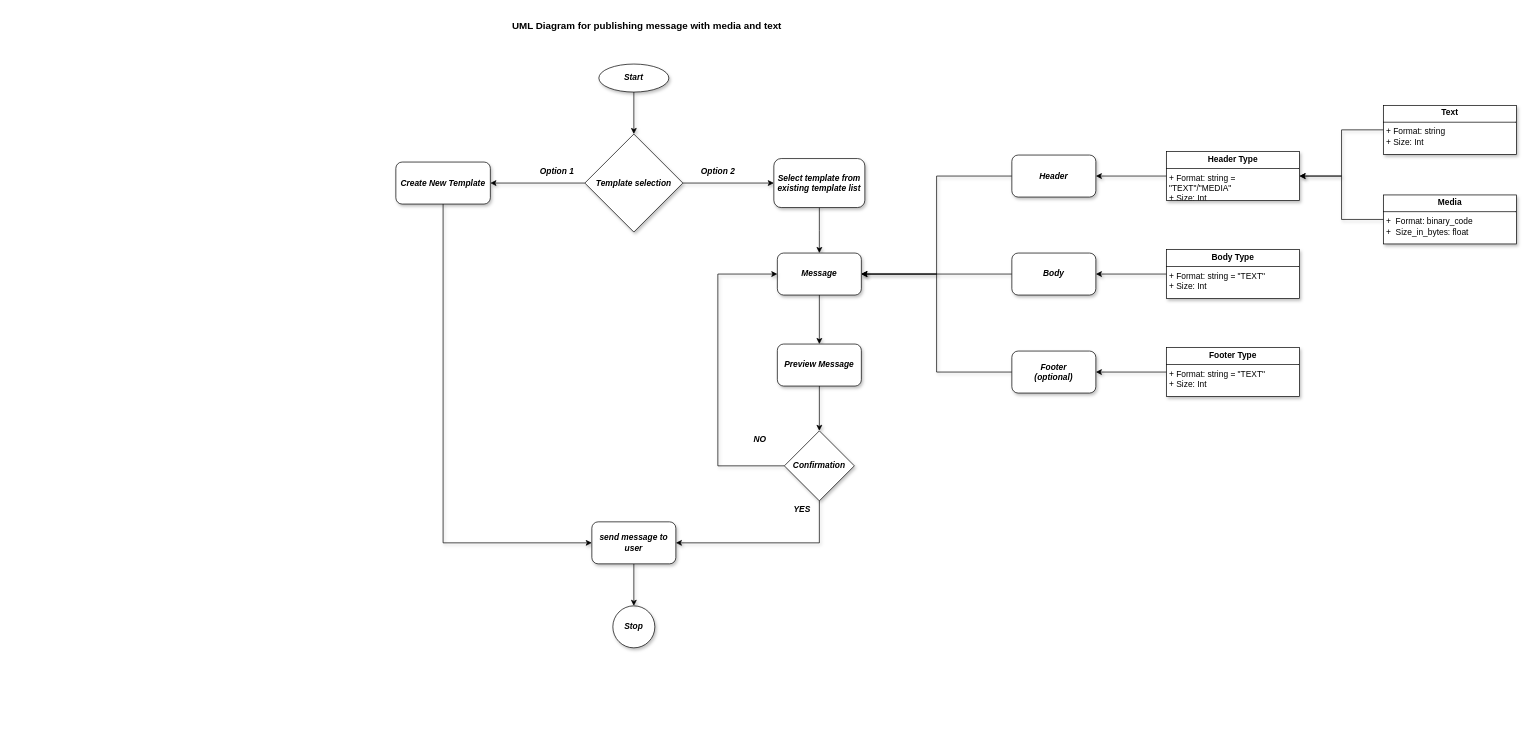
The draw.io diagram page "text_with_media" (2 of 4) of uml_diagrams/all_templates.drawio in AbhishekSiddagalla/Whatsapp-cloudAPI, before the edit. Source tidied: cells renumbered, new cells numbered last; positions are measured from the earlier drawing's top-left corner, leaving out a move shared by most shapes. Both pictures are drawn from the tidied source at 70%, with x=0, y=0 at pixel (396, 15).
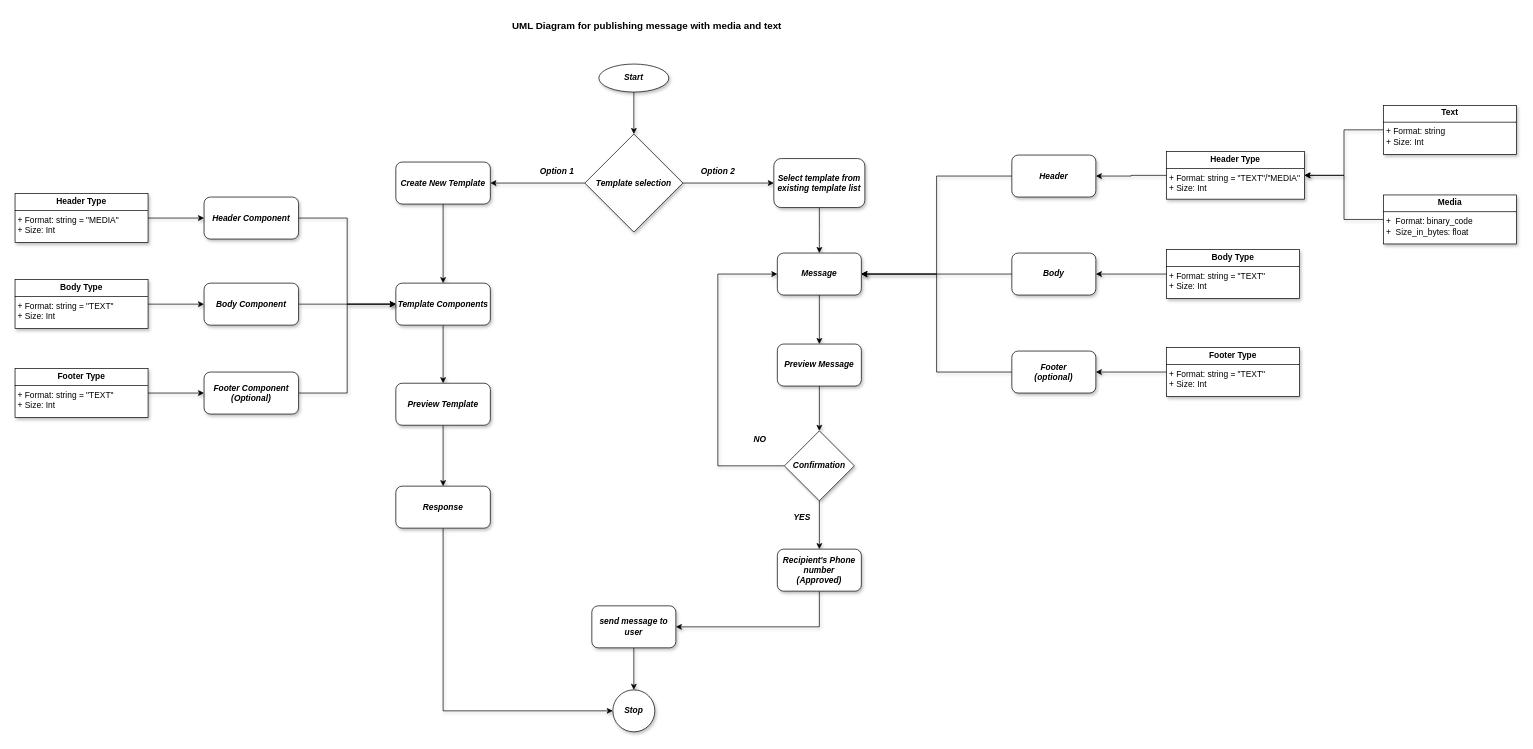
The same diagram, later.

Commit message (it also covers changes not shown here):
# uml diagrams for template creation

The change refers to these unchanged cells:
```xml
<mxCell id="12" value="&lt;b&gt;&lt;i&gt;Create New Template&lt;/i&gt;&lt;/b&gt;" style="rounded=1;whiteSpace=wrap;html=1;shadow=1;" parent="1" vertex="1">
  <mxGeometry y="210" width="135" height="60" as="geometry" />
</mxCell>
<mxCell id="40" value="&lt;b&gt;&lt;i&gt;Confirmation&lt;/i&gt;&lt;/b&gt;" style="rhombus;whiteSpace=wrap;html=1;shadow=1;" parent="1" vertex="1">
  <mxGeometry x="555" y="594" width="100" height="100" as="geometry" />
</mxCell>
```

The edit, as a diff of the source:
```diff
@@
-    <mxCell id="11" style="edgeStyle=orthogonalEdgeStyle;rounded=0;jettySize=auto;html=1;exitX=0.5;exitY=1;exitDx=0;exitDy=0;entryX=0;entryY=0.5;entryDx=0;entryDy=0;shadow=1;" parent="1" edge="1" source="12" target="33">
-      <mxGeometry relative="1" as="geometry" />
-    </mxCell>
+    <mxCell id="43" style="edgeStyle=orthogonalEdgeStyle;rounded=0;jettySize=auto;html=1;exitX=0.5;exitY=1;exitDx=0;exitDy=0;entryX=0.5;entryY=0;entryDx=0;entryDy=0;shadow=1;" parent="1" edge="1" source="12" target="48">
+      <mxGeometry relative="1" as="geometry" />
+    </mxCell>
@@
     <mxCell id="18" value="&lt;p style=&quot;margin:0px;margin-top:4px;text-align:center;&quot;&gt;&lt;b&gt;Header Type&lt;/b&gt;&lt;/p&gt;&lt;hr size=&quot;1&quot; style=&quot;border-style:solid;&quot;&gt;&lt;p style=&quot;margin:0px;margin-left:4px;&quot;&gt;+ Format: string = &quot;TEXT&quot;/&quot;MEDIA&quot;&lt;br&gt;+ Size: Int&lt;/p&gt;&lt;p style=&quot;margin:0px;margin-left:4px;&quot;&gt;&lt;br&gt;&lt;/p&gt;" style="verticalAlign=top;align=left;overflow=fill;html=1;whiteSpace=wrap;shadow=1;" parent="1" vertex="1">
-      <mxGeometry x="1101" y="195" width="190" height="70" as="geometry" />
+      <mxGeometry x="1101" y="195" width="197" height="68" as="geometry" />
     </mxCell>
@@
     <mxCell id="29" value="&lt;b&gt;&lt;i&gt;Stop&lt;/i&gt;&lt;/b&gt;" style="ellipse;whiteSpace=wrap;html=1;shadow=1;" parent="1" vertex="1">
-      <mxGeometry x="310" y="844" width="60" height="60" as="geometry" />
+      <mxGeometry x="310" y="964" width="60" height="60" as="geometry" />
     </mxCell>
@@
     <mxCell id="33" value="&lt;b&gt;&lt;i&gt;send message to user&lt;/i&gt;&lt;/b&gt;" style="rounded=1;whiteSpace=wrap;html=1;shadow=1;" parent="1" vertex="1">
-      <mxGeometry x="280" y="724" width="120" height="60" as="geometry" />
+      <mxGeometry x="280" y="844" width="120" height="60" as="geometry" />
     </mxCell>
@@
-    <mxCell id="39" style="edgeStyle=orthogonalEdgeStyle;rounded=0;jettySize=auto;html=1;exitX=0.5;exitY=1;exitDx=0;exitDy=0;entryX=1;entryY=0.5;entryDx=0;entryDy=0;shadow=1;" parent="1" edge="1" source="40" target="33">
-      <mxGeometry relative="1" as="geometry" />
-    </mxCell>
+    <mxCell id="44" style="edgeStyle=orthogonalEdgeStyle;rounded=0;jettySize=auto;html=1;exitX=0.5;exitY=1;exitDx=0;exitDy=0;shadow=1;" parent="1" edge="1" source="40" target="46">
+      <mxGeometry relative="1" as="geometry" />
+    </mxCell>
@@
     <mxCell id="42" value="&lt;b&gt;&lt;i&gt;YES&lt;/i&gt;&lt;/b&gt;" style="text;html=1;align=center;verticalAlign=middle;strokeColor=none;fillColor=none;shadow=1;" parent="1" vertex="1">
-      <mxGeometry x="555" y="692" width="50" height="30" as="geometry" />
+      <mxGeometry x="555" y="703" width="50" height="30" as="geometry" />
     </mxCell>
+    <mxCell id="45" style="edgeStyle=orthogonalEdgeStyle;rounded=0;jettySize=auto;html=1;exitX=0.5;exitY=1;exitDx=0;exitDy=0;entryX=1;entryY=0.5;entryDx=0;entryDy=0;shadow=1;" parent="1" edge="1" source="46" target="33">
+      <mxGeometry relative="1" as="geometry" />
+    </mxCell>
+    <mxCell id="46" value="&lt;b&gt;&lt;i&gt;Recipient's Phone number&lt;br&gt;(Approved)&lt;/i&gt;&lt;/b&gt;" style="rounded=1;whiteSpace=wrap;html=1;shadow=1;" parent="1" vertex="1">
+      <mxGeometry x="545" y="763" width="120" height="60" as="geometry" />
+    </mxCell>
+    <mxCell id="47" style="edgeStyle=orthogonalEdgeStyle;rounded=0;jettySize=auto;html=1;exitX=0.5;exitY=1;exitDx=0;exitDy=0;shadow=1;" parent="1" edge="1" source="48" target="50">
+      <mxGeometry relative="1" as="geometry" />
+    </mxCell>
+    <mxCell id="48" value="&lt;b&gt;&lt;i&gt;Template Components&lt;/i&gt;&lt;/b&gt;" style="rounded=1;whiteSpace=wrap;html=1;shadow=1;" parent="1" vertex="1">
+      <mxGeometry y="383" width="135" height="60" as="geometry" />
+    </mxCell>
+    <mxCell id="49" style="edgeStyle=orthogonalEdgeStyle;rounded=0;jettySize=auto;html=1;exitX=0.5;exitY=1;exitDx=0;exitDy=0;shadow=1;" parent="1" edge="1" source="50" target="52">
+      <mxGeometry relative="1" as="geometry" />
+    </mxCell>
+    <mxCell id="50" value="&lt;b&gt;&lt;i&gt;Preview Template&lt;/i&gt;&lt;/b&gt;" style="rounded=1;whiteSpace=wrap;html=1;shadow=1;" parent="1" vertex="1">
+      <mxGeometry y="526" width="135" height="60" as="geometry" />
+    </mxCell>
+    <mxCell id="51" style="edgeStyle=orthogonalEdgeStyle;rounded=0;jettySize=auto;html=1;exitX=0.5;exitY=1;exitDx=0;exitDy=0;entryX=0;entryY=0.5;entryDx=0;entryDy=0;shadow=1;" parent="1" edge="1" source="52" target="29">
+      <mxGeometry relative="1" as="geometry" />
+    </mxCell>
+    <mxCell id="52" value="&lt;b&gt;&lt;i&gt;Response&lt;/i&gt;&lt;/b&gt;" style="rounded=1;whiteSpace=wrap;html=1;shadow=1;" parent="1" vertex="1">
+      <mxGeometry y="673" width="135" height="60" as="geometry" />
+    </mxCell>
+    <mxCell id="53" style="edgeStyle=orthogonalEdgeStyle;rounded=0;jettySize=auto;html=1;exitX=1;exitY=0.5;exitDx=0;exitDy=0;entryX=0;entryY=0.5;entryDx=0;entryDy=0;shadow=1;" parent="1" edge="1" source="54" target="48">
+      <mxGeometry relative="1" as="geometry" />
+    </mxCell>
+    <mxCell id="54" value="&lt;b&gt;&lt;i&gt;Header Component&lt;/i&gt;&lt;/b&gt;" style="rounded=1;whiteSpace=wrap;html=1;shadow=1;" parent="1" vertex="1">
+      <mxGeometry x="-274" y="260" width="135" height="60" as="geometry" />
+    </mxCell>
+    <mxCell id="55" style="edgeStyle=orthogonalEdgeStyle;rounded=0;jettySize=auto;html=1;exitX=1;exitY=0.5;exitDx=0;exitDy=0;entryX=0;entryY=0.5;entryDx=0;entryDy=0;shadow=1;" parent="1" edge="1" source="56" target="48">
+      <mxGeometry relative="1" as="geometry" />
+    </mxCell>
+    <mxCell id="56" value="&lt;b&gt;&lt;i&gt;Body Component&lt;/i&gt;&lt;/b&gt;" style="rounded=1;whiteSpace=wrap;html=1;shadow=1;" parent="1" vertex="1">
+      <mxGeometry x="-274" y="383" width="135" height="60" as="geometry" />
+    </mxCell>
+    <mxCell id="57" style="edgeStyle=orthogonalEdgeStyle;rounded=0;jettySize=auto;html=1;exitX=1;exitY=0.5;exitDx=0;exitDy=0;entryX=0;entryY=0.5;entryDx=0;entryDy=0;shadow=1;" parent="1" edge="1" source="58" target="48">
+      <mxGeometry relative="1" as="geometry" />
+    </mxCell>
+    <mxCell id="58" value="&lt;b&gt;&lt;i&gt;Footer Component&lt;br&gt;(Optional)&lt;/i&gt;&lt;/b&gt;" style="rounded=1;whiteSpace=wrap;html=1;shadow=1;" parent="1" vertex="1">
+      <mxGeometry x="-274" y="510" width="135" height="60" as="geometry" />
+    </mxCell>
+    <mxCell id="59" style="edgeStyle=orthogonalEdgeStyle;rounded=0;jettySize=auto;html=1;exitX=1;exitY=0.5;exitDx=0;exitDy=0;entryX=0;entryY=0.5;entryDx=0;entryDy=0;shadow=1;" parent="1" edge="1" source="60" target="54">
+      <mxGeometry relative="1" as="geometry" />
+    </mxCell>
+    <mxCell id="60" value="&lt;p style=&quot;margin:0px;margin-top:4px;text-align:center;&quot;&gt;&lt;b&gt;Header Type&lt;/b&gt;&lt;/p&gt;&lt;hr size=&quot;1&quot; style=&quot;border-style:solid;&quot;&gt;&lt;p style=&quot;margin:0px;margin-left:4px;&quot;&gt;+ Format: string = &quot;MEDIA&quot;&lt;br&gt;+ Size: Int&lt;/p&gt;&lt;p style=&quot;margin:0px;margin-left:4px;&quot;&gt;&lt;br&gt;&lt;/p&gt;" style="verticalAlign=top;align=left;overflow=fill;html=1;whiteSpace=wrap;shadow=1;" parent="1" vertex="1">
+      <mxGeometry x="-544" y="255" width="190" height="70" as="geometry" />
+    </mxCell>
+    <mxCell id="61" style="edgeStyle=orthogonalEdgeStyle;rounded=0;jettySize=auto;html=1;exitX=1;exitY=0.5;exitDx=0;exitDy=0;entryX=0;entryY=0.5;entryDx=0;entryDy=0;shadow=1;" parent="1" edge="1" source="62" target="56">
+      <mxGeometry relative="1" as="geometry" />
+    </mxCell>
+    <mxCell id="62" value="&lt;p style=&quot;margin:0px;margin-top:4px;text-align:center;&quot;&gt;&lt;b&gt;Body Type&lt;/b&gt;&lt;/p&gt;&lt;hr size=&quot;1&quot; style=&quot;border-style:solid;&quot;&gt;&lt;p style=&quot;margin:0px;margin-left:4px;&quot;&gt;+ Format: string = &quot;TEXT&quot;&lt;br&gt;+ Size: Int&lt;/p&gt;&lt;p style=&quot;margin:0px;margin-left:4px;&quot;&gt;&lt;br&gt;&lt;/p&gt;" style="verticalAlign=top;align=left;overflow=fill;html=1;whiteSpace=wrap;shadow=1;" parent="1" vertex="1">
+      <mxGeometry x="-544" y="378" width="190" height="70" as="geometry" />
+    </mxCell>
+    <mxCell id="63" style="edgeStyle=orthogonalEdgeStyle;rounded=0;jettySize=auto;html=1;exitX=1;exitY=0.5;exitDx=0;exitDy=0;entryX=0;entryY=0.5;entryDx=0;entryDy=0;shadow=1;" parent="1" edge="1" source="64" target="58">
+      <mxGeometry relative="1" as="geometry" />
+    </mxCell>
+    <mxCell id="64" value="&lt;p style=&quot;margin:0px;margin-top:4px;text-align:center;&quot;&gt;&lt;b&gt;Footer Type&lt;/b&gt;&lt;/p&gt;&lt;hr size=&quot;1&quot; style=&quot;border-style:solid;&quot;&gt;&lt;p style=&quot;margin:0px;margin-left:4px;&quot;&gt;+ Format: string = &quot;TEXT&quot;&lt;br&gt;+ Size: Int&lt;/p&gt;&lt;p style=&quot;margin:0px;margin-left:4px;&quot;&gt;&lt;br&gt;&lt;/p&gt;" style="verticalAlign=top;align=left;overflow=fill;html=1;whiteSpace=wrap;shadow=1;" parent="1" vertex="1">
+      <mxGeometry x="-544" y="505" width="190" height="70" as="geometry" />
+    </mxCell>
```
